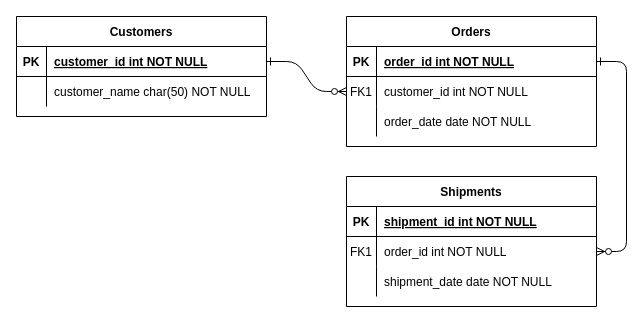
nghia46/My-Diagram keeps this draw.io diagram as Jewelry sale at the store/Untitled Diagram.drawio. Above is the earlier version. Source tidied: cells renumbered, new cells numbered last; positions are measured from the earlier drawing's top-left corner, leaving out a move shared by most shapes. Both pictures are drawn from the tidied source at 100%, with x=0, y=0 at pixel (16, 16).
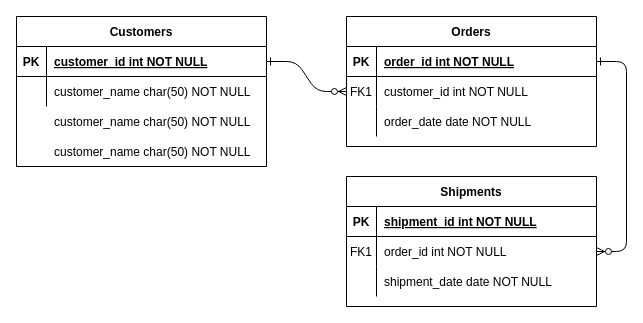
The same diagram, later.

What changed in the source:
```diff
@@
     <mxCell id="24" value="Customers" style="shape=table;startSize=30;childLayout=tableLayout;rowLines=0;fontStyle=1;align=center;" parent="1" vertex="1">
-      <mxGeometry width="250" height="100" as="geometry" />
+      <mxGeometry width="250" height="150" as="geometry" />
     </mxCell>
@@
+    <mxCell id="31" value="customer_name char(50) NOT NULL" style="shape=partialRectangle;overflow=hidden;fillColor=none;top=0;left=0;bottom=0;right=0;align=left;spacingLeft=6;" parent="1" vertex="1">
+      <mxGeometry x="30" y="90" width="220" height="30" as="geometry" />
+    </mxCell>
+    <mxCell id="32" value="customer_name char(50) NOT NULL" style="shape=partialRectangle;overflow=hidden;fillColor=none;top=0;left=0;bottom=0;right=0;align=left;spacingLeft=6;" parent="1" vertex="1">
+      <mxGeometry x="30" y="120" width="220" height="30" as="geometry" />
+    </mxCell>
+    <mxCell id="33" style="shape=partialRectangle;overflow=hidden;fillColor=none;top=0;left=0;bottom=0;right=0;" parent="1" vertex="1">
+      <mxGeometry y="90" width="30" height="30" as="geometry" />
+    </mxCell>
+    <mxCell id="34" style="shape=partialRectangle;overflow=hidden;fillColor=none;top=0;left=0;bottom=0;right=0;" parent="1" vertex="1">
+      <mxGeometry y="120" width="30" height="30" as="geometry" />
+    </mxCell>
```
